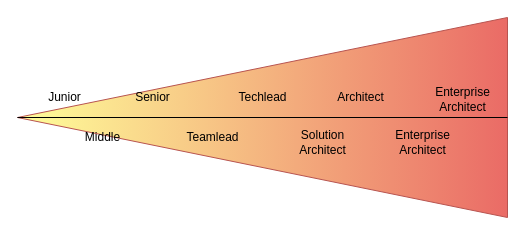
Before: page "Page-3" (3 of 3) of Stress.drawio in FedosovMax/diagrams, a draw.io diagram. Source tidied: cells renumbered, new cells numbered last; positions are measured from the earlier drawing's top-left corner, leaving out a move shared by most shapes. Both pictures are drawn from the tidied source at 100%, with x=0, y=0 at pixel (17, 17).
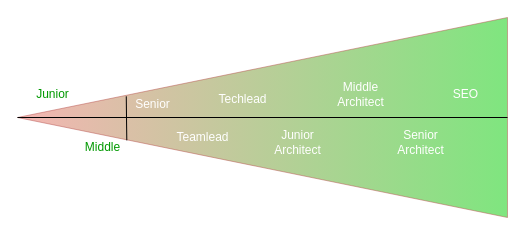
Above is the later version.

What changed in the source:
```diff
@@
 <mxGraphModel>
   <root>
     <mxCell id="0" />
     <mxCell id="1" parent="0" />
-    <mxCell id="2" style="triangle;whiteSpace=wrap;html=1;flipH=1;fillColor=#FFFF99;strokeColor=#b85450;gradientColor=#ea6b66;gradientDirection=west;" parent="1" vertex="1">
+    <mxCell id="2" style="triangle;whiteSpace=wrap;html=1;flipH=1;fillColor=#EA6B66;strokeColor=#b85450;gradientColor=#00CC00;gradientDirection=west;rounded=0;sketch=0;shadow=0;strokeOpacity=50;fillOpacity=50;" parent="1" vertex="1">
       <mxGeometry width="490" height="200" as="geometry" />
     </mxCell>
-    <mxCell id="3" value="&lt;div&gt;Junior&lt;/div&gt;" style="text;html=1;align=center;verticalAlign=middle;strokeColor=none;fillColor=none;" parent="1" vertex="1">
-      <mxGeometry x="22" y="70" width="50" height="20" as="geometry" />
+    <mxCell id="3" value="&lt;div&gt;Junior&lt;/div&gt;" style="text;html=1;align=center;verticalAlign=middle;strokeColor=none;fillColor=none;fontColor=#009900;" parent="1" vertex="1">
+      <mxGeometry x="10" y="67" width="50" height="20" as="geometry" />
     </mxCell>
-    <mxCell id="4" value="Middle" style="text;html=1;align=center;verticalAlign=middle;points=[];strokeColor=none;fillColor=none;" parent="1" vertex="1">
-      <mxGeometry x="60" y="110" width="50" height="20" as="geometry" />
+    <mxCell id="4" value="Middle" style="text;html=1;align=center;verticalAlign=middle;points=[];strokeColor=none;fillColor=none;fontColor=#009900;" parent="1" vertex="1">
+      <mxGeometry x="60" y="120" width="50" height="20" as="geometry" />
     </mxCell>
     <mxCell id="5" style="endArrow=none;html=1;rounded=0;" parent="1" edge="1">
       <mxGeometry relative="1" as="geometry">
         <mxPoint y="100" as="sourcePoint" />
         <mxPoint x="490" y="100" as="targetPoint" />
       </mxGeometry>
     </mxCell>
-    <mxCell id="6" value="Senior" style="text;html=1;align=center;verticalAlign=middle;strokeColor=none;fillColor=none;" parent="1" vertex="1">
-      <mxGeometry x="110" y="70" width="50" height="20" as="geometry" />
+    <mxCell id="6" value="Senior" style="text;html=1;align=center;verticalAlign=middle;strokeColor=none;fillColor=none;fontColor=#FFFFFF;" parent="1" vertex="1">
+      <mxGeometry x="110" y="77" width="50" height="20" as="geometry" />
     </mxCell>
-    <mxCell id="7" value="Teamlead" style="text;html=1;align=center;verticalAlign=middle;strokeColor=none;fillColor=none;" parent="1" vertex="1">
-      <mxGeometry x="160" y="110" width="70" height="20" as="geometry" />
+    <mxCell id="7" value="Teamlead" style="text;html=1;align=center;verticalAlign=middle;strokeColor=none;fillColor=none;fontColor=#FFFFFF;" parent="1" vertex="1">
+      <mxGeometry x="150" y="110" width="70" height="20" as="geometry" />
     </mxCell>
-    <mxCell id="8" value="Techlead" style="text;html=1;align=center;verticalAlign=middle;strokeColor=none;fillColor=none;" parent="1" vertex="1">
-      <mxGeometry x="210" y="70" width="70" height="20" as="geometry" />
+    <mxCell id="8" value="Techlead" style="text;html=1;align=center;verticalAlign=middle;strokeColor=none;fillColor=none;fontColor=#FFFFFF;" parent="1" vertex="1">
+      <mxGeometry x="190" y="72" width="70" height="20" as="geometry" />
     </mxCell>
-    <mxCell id="9" value="Architect" style="text;html=1;align=center;verticalAlign=middle;strokeColor=none;fillColor=none;" parent="1" vertex="1">
-      <mxGeometry x="313" y="70" width="60" height="20" as="geometry" />
+    <mxCell id="9" value="&lt;div&gt;Middle&lt;/div&gt;&lt;div&gt;Architect&lt;/div&gt;" style="text;html=1;align=center;verticalAlign=middle;strokeColor=none;fillColor=none;fontColor=#FFFFFF;" parent="1" vertex="1">
+      <mxGeometry x="313" y="62" width="60" height="30" as="geometry" />
     </mxCell>
-    <mxCell id="10" value="&lt;div&gt;Enterprise&lt;/div&gt;&lt;div&gt;Architect&lt;br&gt;&lt;/div&gt;" style="text;html=1;align=center;verticalAlign=middle;strokeColor=none;fillColor=none;" parent="1" vertex="1">
-      <mxGeometry x="370" y="110" width="70" height="30" as="geometry" />
+    <mxCell id="10" value="&lt;div&gt;Senior &lt;br&gt;&lt;/div&gt;&lt;div&gt;Architect&lt;br&gt;&lt;/div&gt;" style="text;html=1;align=center;verticalAlign=middle;strokeColor=none;fillColor=none;fontColor=#FFFFFF;" parent="1" vertex="1">
+      <mxGeometry x="373" y="110" width="60" height="30" as="geometry" />
     </mxCell>
-    <mxCell id="11" value="&lt;div&gt;Solution&lt;/div&gt;&lt;div&gt;Architect&lt;br&gt;&lt;/div&gt;" style="text;html=1;align=center;verticalAlign=middle;strokeColor=none;fillColor=none;" parent="1" vertex="1">
-      <mxGeometry x="275" y="110" width="60" height="30" as="geometry" />
+    <mxCell id="11" value="&lt;div&gt;Junior&lt;/div&gt;&lt;div&gt;Architect&lt;br&gt;&lt;/div&gt;" style="text;html=1;align=center;verticalAlign=middle;strokeColor=none;fillColor=none;fontColor=#FFFFFF;" parent="1" vertex="1">
+      <mxGeometry x="250" y="110" width="60" height="30" as="geometry" />
     </mxCell>
-    <mxCell id="12" value="&lt;div&gt;Enterprise&lt;/div&gt;&lt;div&gt;Architect&lt;br&gt;&lt;/div&gt;" style="text;html=1;align=center;verticalAlign=middle;strokeColor=none;fillColor=none;" parent="1" vertex="1">
-      <mxGeometry x="410" y="67" width="70" height="30" as="geometry" />
+    <mxCell id="12" value="SEO" style="text;html=1;align=center;verticalAlign=middle;strokeColor=none;fillColor=none;fontColor=#FFFFFF;" parent="1" vertex="1">
+      <mxGeometry x="428" y="67" width="40" height="20" as="geometry" />
     </mxCell>
+    <mxCell id="13" style="endArrow=none;html=1;rounded=0;entryX=0.778;entryY=0.394;entryDx=0;entryDy=0;entryPerimeter=0;fontColor=#6666FF;exitX=0.986;exitY=0.142;exitDx=0;exitDy=0;exitPerimeter=0;" parent="1" edge="1" source="4" target="2">
+      <mxGeometry relative="1" as="geometry">
+        <Array as="points">
+          <mxPoint x="109" y="100" />
+        </Array>
+      </mxGeometry>
+    </mxCell>
   </root>
 </mxGraphModel>
```
